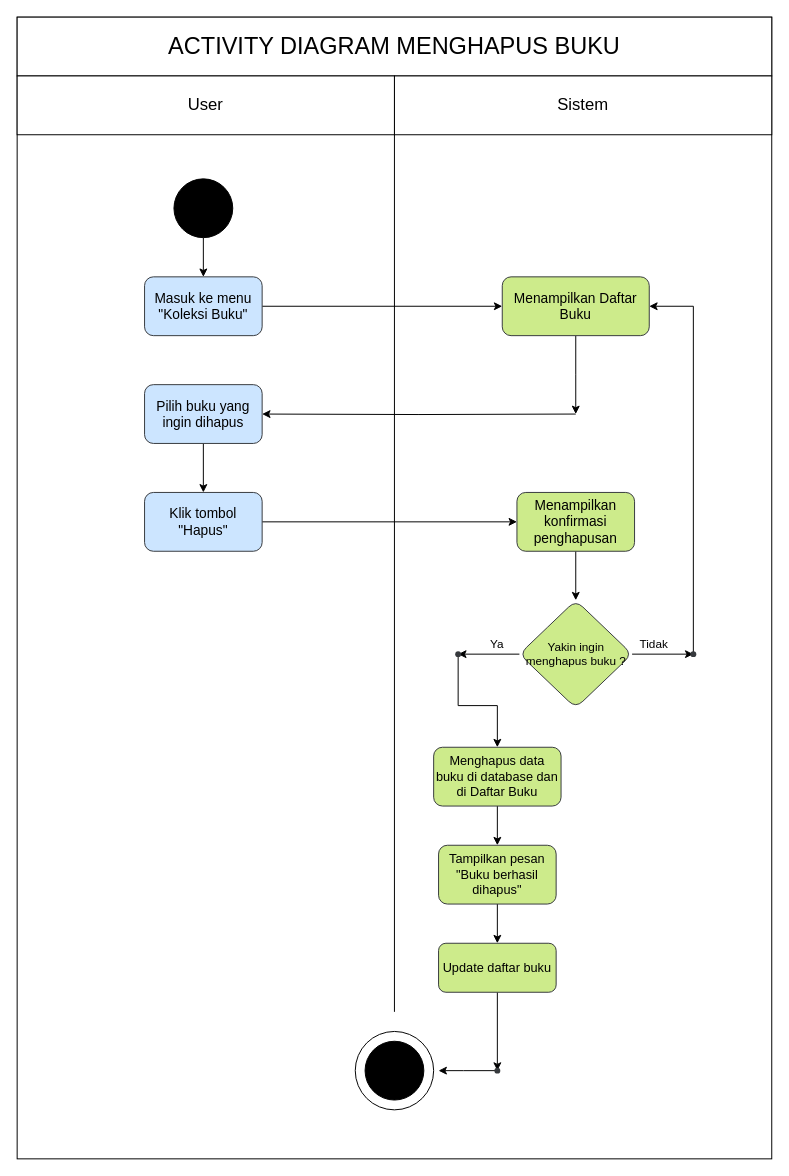
This is UML/ACTIVITY DIAGRAM/MENGHAPUS_BUKU_Diagram.drawio from dandyramadhan/kel4_RPL_R7P, a draw.io file, before an edit. Source tidied: cells renumbered, new cells numbered last; positions are measured from the earlier drawing's top-left corner, leaving out a move shared by most shapes. Both pictures are drawn from the tidied source at 98%, with x=0, y=0 at pixel (17, 17).
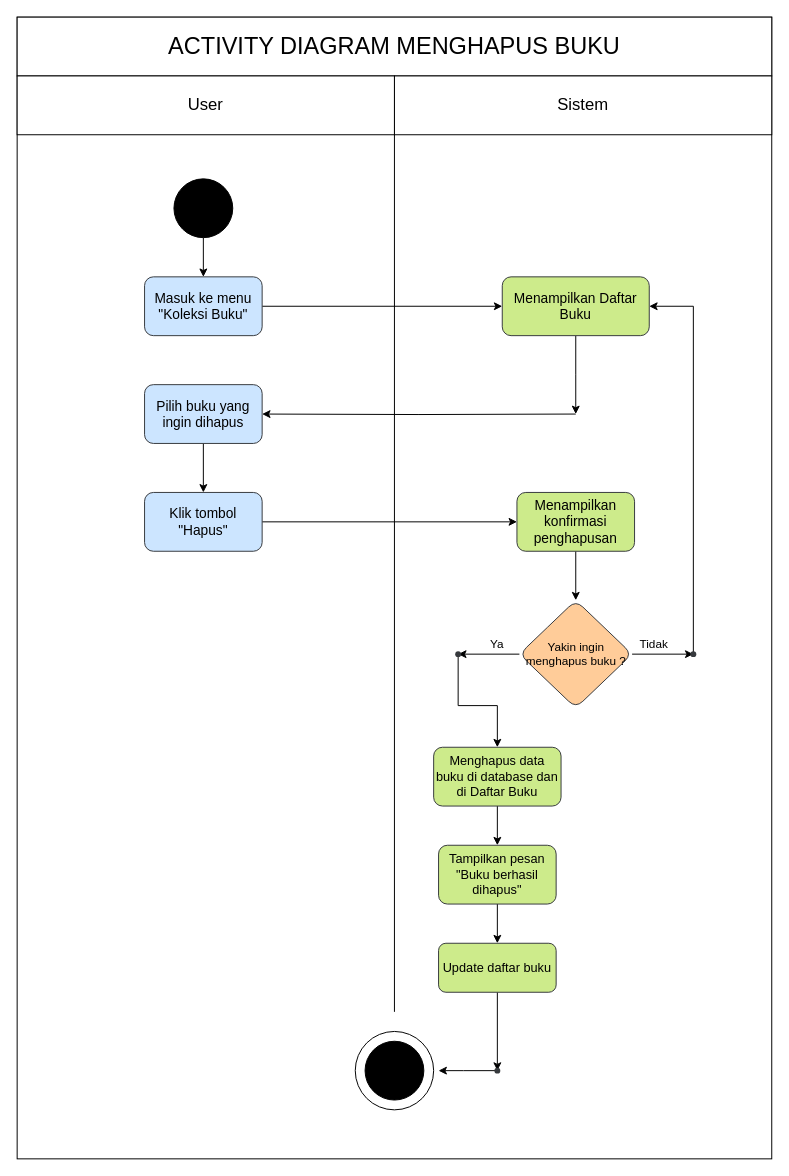
After the change.

Commit message (it also covers changes not shown here):
update Activity Diagram

What changed in the source:
```diff
@@
-    <mxCell id="22" value="Yakin ingin menghapus buku ?" style="rhombus;whiteSpace=wrap;shapeInside=1;fillColor=#cdeb8b;strokeColor=#36393d;rounded=1;roundedPerimeter=1;" parent="1" vertex="1">
+    <mxCell id="22" value="Yakin ingin menghapus buku ?" style="rhombus;whiteSpace=wrap;shapeInside=1;fillColor=#ffcc99;strokeColor=#36393d;rounded=1;roundedPerimeter=1;" parent="1" vertex="1">
       <mxGeometry x="512.5" y="595" width="115" height="110" as="geometry" />
     </mxCell>
```
